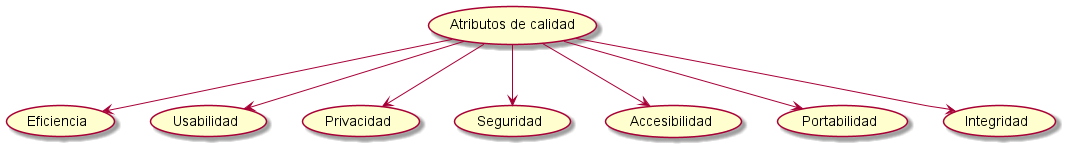
Before: images/qualityTree2.png, a diagram exported from PlantUML (Arquisoft/dede_es4c).
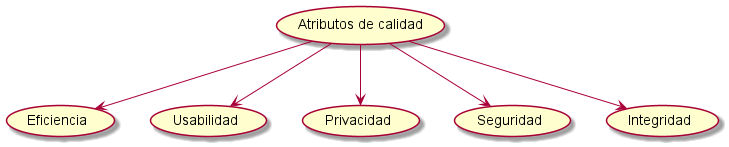
Above is the later version.

Change to the diagram source:
```diff
@@ -3,7 +3,5 @@
 (Atributos de calidad) --> (Usabilidad)
 (Atributos de calidad) --> (Privacidad)
 (Atributos de calidad) --> (Seguridad)
-(Atributos de calidad) --> (Accesibilidad)
-(Atributos de calidad) --> (Portabilidad)
 (Atributos de calidad) --> (Integridad)
 @enduml
```
